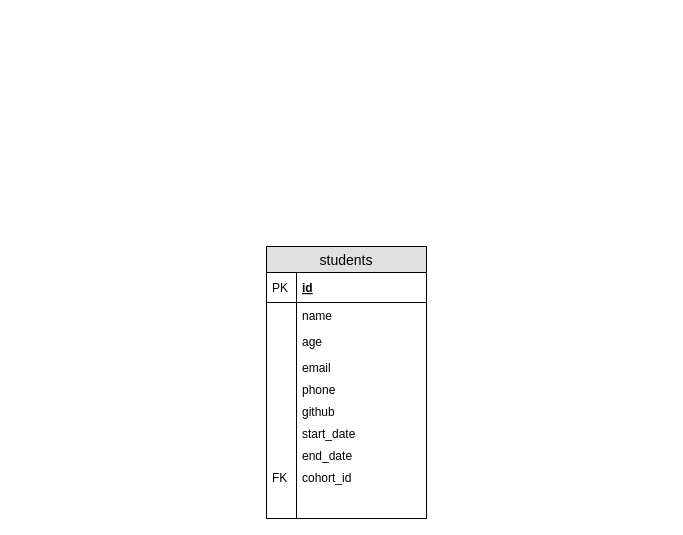
jeff-sexton/BootcampX keeps this draw.io diagram as BootcampX ERD.drawio. Above is the earlier version. Source tidied: cells renumbered, new cells numbered last; positions are measured from the earlier drawing's top-left corner, leaving out a move shared by most shapes. Both pictures are drawn from the tidied source at 100%, with x=0, y=0 at pixel (266, 246).
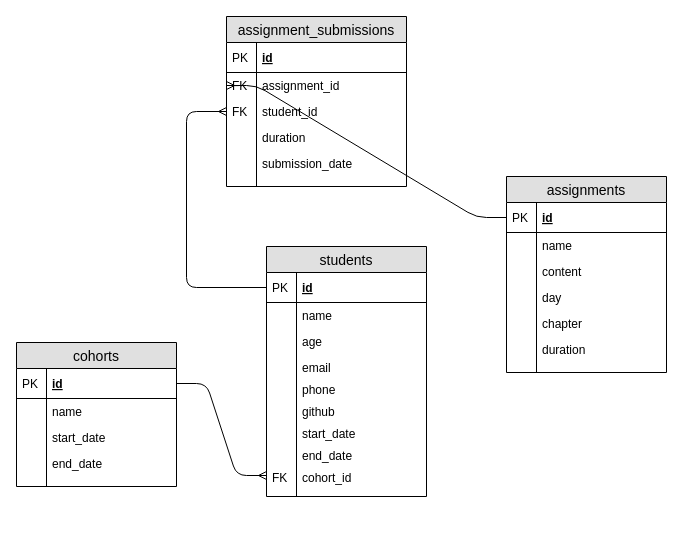
After the change.

Unchanged cells that the change refers to:
```xml
<mxCell id="3" value="id" style="shape=partialRectangle;top=0;left=0;right=0;bottom=1;align=left;verticalAlign=middle;fillColor=none;spacingLeft=34;spacingRight=4;overflow=hidden;points=[[0,0.5],[1,0.5]];portConstraint=eastwest;fontStyle=5;fontSize=12;" parent="2" vertex="1">
  <mxGeometry y="26" width="160" height="30" as="geometry" />
</mxCell>
<mxCell id="19" value="cohort_id" style="shape=partialRectangle;top=0;left=0;right=0;bottom=0;align=left;verticalAlign=top;fillColor=none;spacingLeft=34;spacingRight=4;overflow=hidden;points=[[0,0.5],[1,0.5]];portConstraint=eastwest;fontSize=12;" parent="2" vertex="1">
  <mxGeometry y="218" width="160" height="22" as="geometry" />
</mxCell>
```

Change to the diagram source:
```diff
@@
+    <mxCell id="25" style="edgeStyle=entityRelationEdgeStyle;fontSize=12;html=1;endArrow=ERmany;entryX=0;entryY=0.5;entryDx=0;entryDy=0;exitX=1;exitY=0.5;exitDx=0;exitDy=0;" parent="1" edge="1" source="41" target="19">
+      <mxGeometry relative="1" as="geometry" />
+    </mxCell>
+    <mxCell id="26" value="assignment_submissions" style="swimlane;fontStyle=0;horizontal=1;startSize=26;fillColor=#e0e0e0;swimlaneFillColor=#ffffff;align=center;fontSize=14;" parent="1" vertex="1">
+      <mxGeometry x="-40" y="-230" width="180" height="170" as="geometry" />
+    </mxCell>
+    <mxCell id="27" value="id" style="shape=partialRectangle;top=0;left=0;right=0;bottom=1;align=left;verticalAlign=middle;fillColor=none;spacingLeft=34;spacingRight=4;overflow=hidden;fontStyle=5;fontSize=12;" parent="26" vertex="1">
+      <mxGeometry y="26" width="180" height="30" as="geometry" />
+    </mxCell>
+    <mxCell id="28" value="PK" style="shape=partialRectangle;top=0;left=0;bottom=0;fillColor=none;align=left;verticalAlign=middle;spacingLeft=4;spacingRight=4;overflow=hidden;fontSize=12;" parent="27" vertex="1">
+      <mxGeometry width="30" height="30" as="geometry" />
+    </mxCell>
+    <mxCell id="29" value="assignment_id" style="shape=partialRectangle;top=0;left=0;right=0;bottom=0;align=left;verticalAlign=top;fillColor=none;spacingLeft=34;spacingRight=4;overflow=hidden;points=[[0,0.5],[1,0.5]];portConstraint=eastwest;fontSize=12;" parent="26" vertex="1">
+      <mxGeometry y="56" width="180" height="26" as="geometry" />
+    </mxCell>
+    <mxCell id="30" value="FK" style="shape=partialRectangle;top=0;left=0;bottom=0;fillColor=none;align=left;verticalAlign=top;spacingLeft=4;spacingRight=4;overflow=hidden;fontSize=12;" parent="29" vertex="1">
+      <mxGeometry width="30" height="26" as="geometry" />
+    </mxCell>
+    <mxCell id="31" value="student_id" style="shape=partialRectangle;top=0;left=0;right=0;bottom=0;align=left;verticalAlign=top;fillColor=none;spacingLeft=34;spacingRight=4;overflow=hidden;points=[[0,0.5],[1,0.5]];portConstraint=eastwest;fontSize=12;" parent="26" vertex="1">
+      <mxGeometry y="82" width="180" height="26" as="geometry" />
+    </mxCell>
+    <mxCell id="32" value="FK" style="shape=partialRectangle;top=0;left=0;bottom=0;fillColor=none;align=left;verticalAlign=top;spacingLeft=4;spacingRight=4;overflow=hidden;fontSize=12;" parent="31" vertex="1">
+      <mxGeometry width="30" height="26" as="geometry" />
+    </mxCell>
+    <mxCell id="33" value="duration" style="shape=partialRectangle;top=0;left=0;right=0;bottom=0;align=left;verticalAlign=top;fillColor=none;spacingLeft=34;spacingRight=4;overflow=hidden;fontSize=12;" parent="26" vertex="1">
+      <mxGeometry y="108" width="180" height="26" as="geometry" />
+    </mxCell>
+    <mxCell id="34" style="shape=partialRectangle;top=0;left=0;bottom=0;fillColor=none;align=left;verticalAlign=top;spacingLeft=4;spacingRight=4;overflow=hidden;fontSize=12;" parent="33" vertex="1">
+      <mxGeometry width="30" height="26" as="geometry" />
+    </mxCell>
+    <mxCell id="35" value="submission_date" style="shape=partialRectangle;top=0;left=0;right=0;bottom=0;align=left;verticalAlign=top;fillColor=none;spacingLeft=34;spacingRight=4;overflow=hidden;fontSize=12;" parent="26" vertex="1">
+      <mxGeometry y="134" width="180" height="26" as="geometry" />
+    </mxCell>
+    <mxCell id="36" style="shape=partialRectangle;top=0;left=0;bottom=0;fillColor=none;align=left;verticalAlign=top;spacingLeft=4;spacingRight=4;overflow=hidden;fontSize=12;" parent="35" vertex="1">
+      <mxGeometry width="30" height="26" as="geometry" />
+    </mxCell>
+    <mxCell id="37" style="shape=partialRectangle;top=0;left=0;right=0;bottom=0;align=left;verticalAlign=top;fillColor=none;spacingLeft=34;spacingRight=4;overflow=hidden;fontSize=12;" parent="26" vertex="1">
+      <mxGeometry y="160" width="180" height="10" as="geometry" />
+    </mxCell>
+    <mxCell id="38" style="shape=partialRectangle;top=0;left=0;bottom=0;fillColor=none;align=left;verticalAlign=top;spacingLeft=4;spacingRight=4;overflow=hidden;fontSize=12;" parent="37" vertex="1">
+      <mxGeometry width="30" height="10" as="geometry" />
+    </mxCell>
+    <mxCell id="39" style="fontSize=12;html=1;endArrow=ERmany;exitX=0;exitY=0.5;exitDx=0;exitDy=0;entryX=0;entryY=0.5;entryDx=0;entryDy=0;edgeStyle=elbowEdgeStyle;" parent="1" edge="1" source="3" target="31">
+      <mxGeometry relative="1" as="geometry">
+        <Array as="points">
+          <mxPoint x="-80" y="-20" />
+        </Array>
+      </mxGeometry>
+    </mxCell>
     <mxCell id="2" value="students" style="swimlane;fontStyle=0;horizontal=1;startSize=26;fillColor=#e0e0e0;swimlaneFillColor=#ffffff;align=center;fontSize=14;" parent="1" vertex="1">
-      <mxGeometry width="160" height="272" as="geometry" />
+      <mxGeometry width="160" height="250" as="geometry" />
     </mxCell>
@@
-    <mxCell id="21" style="shape=partialRectangle;top=0;left=0;right=0;bottom=0;align=left;verticalAlign=top;fillColor=none;spacingLeft=34;spacingRight=4;overflow=hidden;fontSize=12;" parent="2" vertex="1">
-      <mxGeometry y="240" width="160" height="22" as="geometry" />
-    </mxCell>
-    <mxCell id="22" style="shape=partialRectangle;top=0;left=0;bottom=0;fillColor=none;align=left;verticalAlign=top;spacingLeft=4;spacingRight=4;overflow=hidden;fontSize=12;" parent="21" vertex="1">
-      <mxGeometry width="30" height="22" as="geometry" />
-    </mxCell>
     <mxCell id="23" style="shape=partialRectangle;top=0;left=0;right=0;bottom=0;align=left;verticalAlign=top;fillColor=none;spacingLeft=34;spacingRight=4;overflow=hidden;fontSize=12;" parent="2" vertex="1">
-      <mxGeometry y="262" width="160" height="10" as="geometry" />
+      <mxGeometry y="240" width="160" height="10" as="geometry" />
     </mxCell>
@@
+    <mxCell id="40" value="cohorts" style="swimlane;fontStyle=0;horizontal=1;startSize=26;fillColor=#e0e0e0;swimlaneFillColor=#ffffff;align=center;fontSize=14;" parent="1" vertex="1">
+      <mxGeometry x="-250" y="96" width="160" height="144" as="geometry" />
+    </mxCell>
+    <mxCell id="41" value="id" style="shape=partialRectangle;top=0;left=0;right=0;bottom=1;align=left;verticalAlign=middle;fillColor=none;spacingLeft=34;spacingRight=4;overflow=hidden;points=[[0,0.5],[1,0.5]];portConstraint=eastwest;fontStyle=5;fontSize=12;" parent="40" vertex="1">
+      <mxGeometry y="26" width="160" height="30" as="geometry" />
+    </mxCell>
+    <mxCell id="42" value="PK" style="shape=partialRectangle;top=0;left=0;bottom=0;fillColor=none;align=left;verticalAlign=middle;spacingLeft=4;spacingRight=4;overflow=hidden;fontSize=12;" parent="41" vertex="1">
+      <mxGeometry width="30" height="30" as="geometry" />
+    </mxCell>
+    <mxCell id="43" value="name" style="shape=partialRectangle;top=0;left=0;right=0;bottom=0;align=left;verticalAlign=top;fillColor=none;spacingLeft=34;spacingRight=4;overflow=hidden;fontSize=12;" parent="40" vertex="1">
+      <mxGeometry y="56" width="160" height="26" as="geometry" />
+    </mxCell>
+    <mxCell id="44" style="shape=partialRectangle;top=0;left=0;bottom=0;fillColor=none;align=left;verticalAlign=top;spacingLeft=4;spacingRight=4;overflow=hidden;fontSize=12;" parent="43" vertex="1">
+      <mxGeometry width="30" height="26" as="geometry" />
+    </mxCell>
+    <mxCell id="45" value="start_date" style="shape=partialRectangle;top=0;left=0;right=0;bottom=0;align=left;verticalAlign=top;fillColor=none;spacingLeft=34;spacingRight=4;overflow=hidden;fontSize=12;" parent="40" vertex="1">
+      <mxGeometry y="82" width="160" height="26" as="geometry" />
+    </mxCell>
+    <mxCell id="46" style="shape=partialRectangle;top=0;left=0;bottom=0;fillColor=none;align=left;verticalAlign=top;spacingLeft=4;spacingRight=4;overflow=hidden;fontSize=12;" parent="45" vertex="1">
+      <mxGeometry width="30" height="26" as="geometry" />
+    </mxCell>
+    <mxCell id="47" value="end_date" style="shape=partialRectangle;top=0;left=0;right=0;bottom=0;align=left;verticalAlign=top;fillColor=none;spacingLeft=34;spacingRight=4;overflow=hidden;fontSize=12;" parent="40" vertex="1">
+      <mxGeometry y="108" width="160" height="26" as="geometry" />
+    </mxCell>
+    <mxCell id="48" style="shape=partialRectangle;top=0;left=0;bottom=0;fillColor=none;align=left;verticalAlign=top;spacingLeft=4;spacingRight=4;overflow=hidden;fontSize=12;" parent="47" vertex="1">
+      <mxGeometry width="30" height="26" as="geometry" />
+    </mxCell>
+    <mxCell id="49" style="shape=partialRectangle;top=0;left=0;right=0;bottom=0;align=left;verticalAlign=top;fillColor=none;spacingLeft=34;spacingRight=4;overflow=hidden;fontSize=12;" parent="40" vertex="1">
+      <mxGeometry y="134" width="160" height="10" as="geometry" />
+    </mxCell>
+    <mxCell id="50" style="shape=partialRectangle;top=0;left=0;bottom=0;fillColor=none;align=left;verticalAlign=top;spacingLeft=4;spacingRight=4;overflow=hidden;fontSize=12;" parent="49" vertex="1">
+      <mxGeometry width="30" height="10" as="geometry" />
+    </mxCell>
+    <mxCell id="51" value="assignments" style="swimlane;fontStyle=0;horizontal=1;startSize=26;fillColor=#e0e0e0;swimlaneFillColor=#ffffff;align=center;fontSize=14;" parent="1" vertex="1">
+      <mxGeometry x="240" y="-70" width="160" height="196" as="geometry" />
+    </mxCell>
+    <mxCell id="52" value="id" style="shape=partialRectangle;top=0;left=0;right=0;bottom=1;align=left;verticalAlign=middle;fillColor=none;spacingLeft=34;spacingRight=4;overflow=hidden;points=[[0,0.5],[1,0.5]];portConstraint=eastwest;fontStyle=5;fontSize=12;" parent="51" vertex="1">
+      <mxGeometry y="26" width="160" height="30" as="geometry" />
+    </mxCell>
+    <mxCell id="53" value="PK" style="shape=partialRectangle;top=0;left=0;bottom=0;fillColor=none;align=left;verticalAlign=middle;spacingLeft=4;spacingRight=4;overflow=hidden;fontSize=12;" parent="52" vertex="1">
+      <mxGeometry width="30" height="30" as="geometry" />
+    </mxCell>
+    <mxCell id="54" value="name" style="shape=partialRectangle;top=0;left=0;right=0;bottom=0;align=left;verticalAlign=top;fillColor=none;spacingLeft=34;spacingRight=4;overflow=hidden;fontSize=12;" parent="51" vertex="1">
+      <mxGeometry y="56" width="160" height="26" as="geometry" />
+    </mxCell>
+    <mxCell id="55" style="shape=partialRectangle;top=0;left=0;bottom=0;fillColor=none;align=left;verticalAlign=top;spacingLeft=4;spacingRight=4;overflow=hidden;fontSize=12;" parent="54" vertex="1">
+      <mxGeometry width="30" height="26" as="geometry" />
+    </mxCell>
+    <mxCell id="56" value="content" style="shape=partialRectangle;top=0;left=0;right=0;bottom=0;align=left;verticalAlign=top;fillColor=none;spacingLeft=34;spacingRight=4;overflow=hidden;fontSize=12;" parent="51" vertex="1">
+      <mxGeometry y="82" width="160" height="26" as="geometry" />
+    </mxCell>
+    <mxCell id="57" style="shape=partialRectangle;top=0;left=0;bottom=0;fillColor=none;align=left;verticalAlign=top;spacingLeft=4;spacingRight=4;overflow=hidden;fontSize=12;" parent="56" vertex="1">
+      <mxGeometry width="30" height="26" as="geometry" />
+    </mxCell>
+    <mxCell id="58" value="day" style="shape=partialRectangle;top=0;left=0;right=0;bottom=0;align=left;verticalAlign=top;fillColor=none;spacingLeft=34;spacingRight=4;overflow=hidden;fontSize=12;" parent="51" vertex="1">
+      <mxGeometry y="108" width="160" height="26" as="geometry" />
+    </mxCell>
+    <mxCell id="59" style="shape=partialRectangle;top=0;left=0;bottom=0;fillColor=none;align=left;verticalAlign=top;spacingLeft=4;spacingRight=4;overflow=hidden;fontSize=12;" parent="58" vertex="1">
+      <mxGeometry width="30" height="26" as="geometry" />
+    </mxCell>
+    <mxCell id="60" value="chapter" style="shape=partialRectangle;top=0;left=0;right=0;bottom=0;align=left;verticalAlign=top;fillColor=none;spacingLeft=34;spacingRight=4;overflow=hidden;fontSize=12;" parent="51" vertex="1">
+      <mxGeometry y="134" width="160" height="26" as="geometry" />
+    </mxCell>
+    <mxCell id="61" style="shape=partialRectangle;top=0;left=0;bottom=0;fillColor=none;align=left;verticalAlign=top;spacingLeft=4;spacingRight=4;overflow=hidden;fontSize=12;" parent="60" vertex="1">
+      <mxGeometry width="30" height="26" as="geometry" />
+    </mxCell>
+    <mxCell id="62" value="duration" style="shape=partialRectangle;top=0;left=0;right=0;bottom=0;align=left;verticalAlign=top;fillColor=none;spacingLeft=34;spacingRight=4;overflow=hidden;fontSize=12;" parent="51" vertex="1">
+      <mxGeometry y="160" width="160" height="26" as="geometry" />
+    </mxCell>
+    <mxCell id="63" style="shape=partialRectangle;top=0;left=0;bottom=0;fillColor=none;align=left;verticalAlign=top;spacingLeft=4;spacingRight=4;overflow=hidden;fontSize=12;" parent="62" vertex="1">
+      <mxGeometry width="30" height="26" as="geometry" />
+    </mxCell>
+    <mxCell id="64" style="shape=partialRectangle;top=0;left=0;right=0;bottom=0;align=left;verticalAlign=top;fillColor=none;spacingLeft=34;spacingRight=4;overflow=hidden;fontSize=12;" parent="51" vertex="1">
+      <mxGeometry y="186" width="160" height="10" as="geometry" />
+    </mxCell>
+    <mxCell id="65" style="shape=partialRectangle;top=0;left=0;bottom=0;fillColor=none;align=left;verticalAlign=top;spacingLeft=4;spacingRight=4;overflow=hidden;fontSize=12;" parent="64" vertex="1">
+      <mxGeometry width="30" height="10" as="geometry" />
+    </mxCell>
+    <mxCell id="66" style="edgeStyle=entityRelationEdgeStyle;fontSize=12;html=1;endArrow=ERmany;entryX=0;entryY=0.5;entryDx=0;entryDy=0;" parent="1" edge="1" source="52" target="29">
+      <mxGeometry relative="1" as="geometry" />
+    </mxCell>
```
